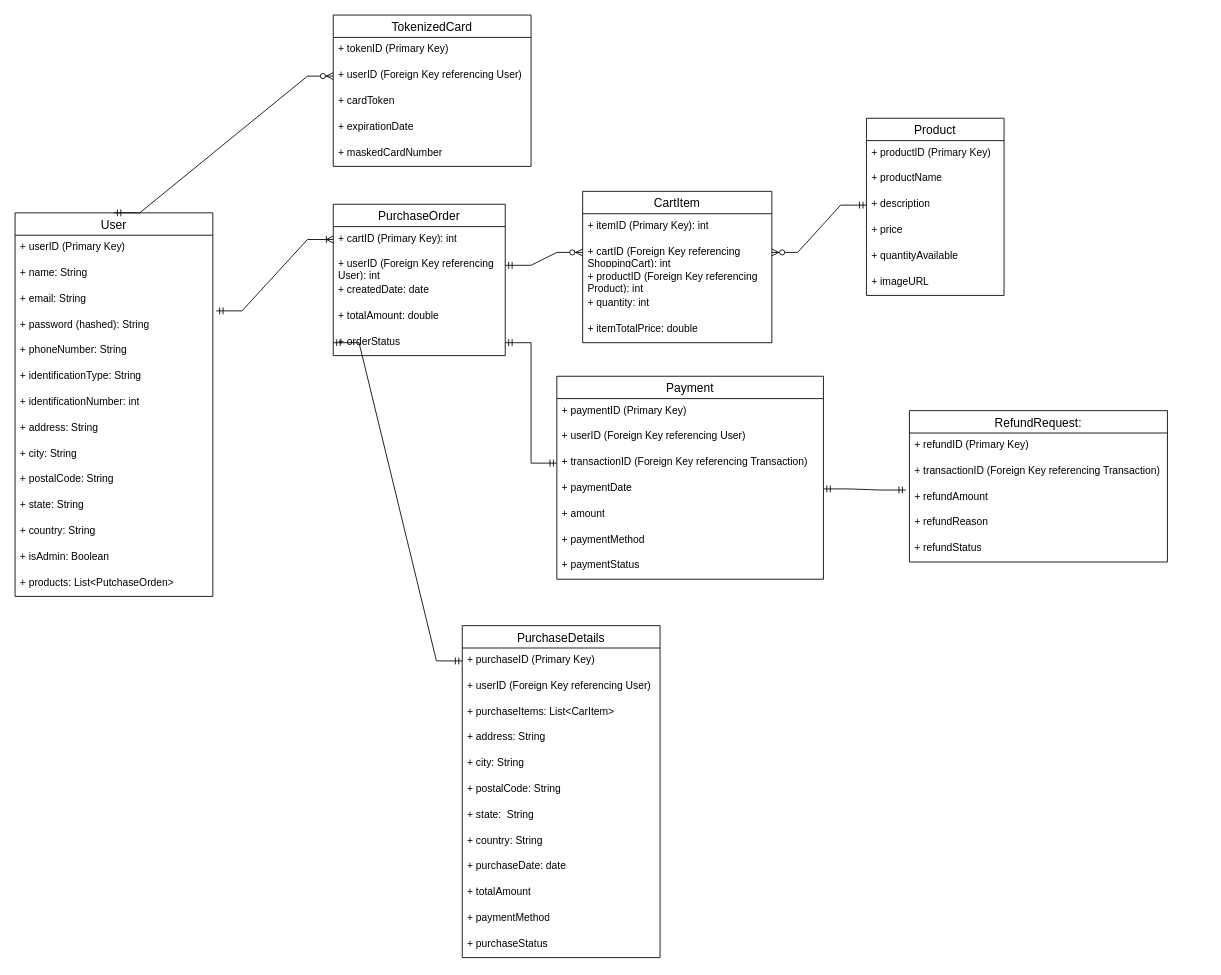
Above: Diagrama entidad relacion.drawio in psmedinadi22/Prototype-PayU (draw.io), before the change. Source tidied: cells renumbered, new cells numbered last; positions are measured from the earlier drawing's top-left corner, leaving out a move shared by most shapes. Both pictures are drawn from the tidied source at 86%, with x=0, y=0 at pixel (15, 15).
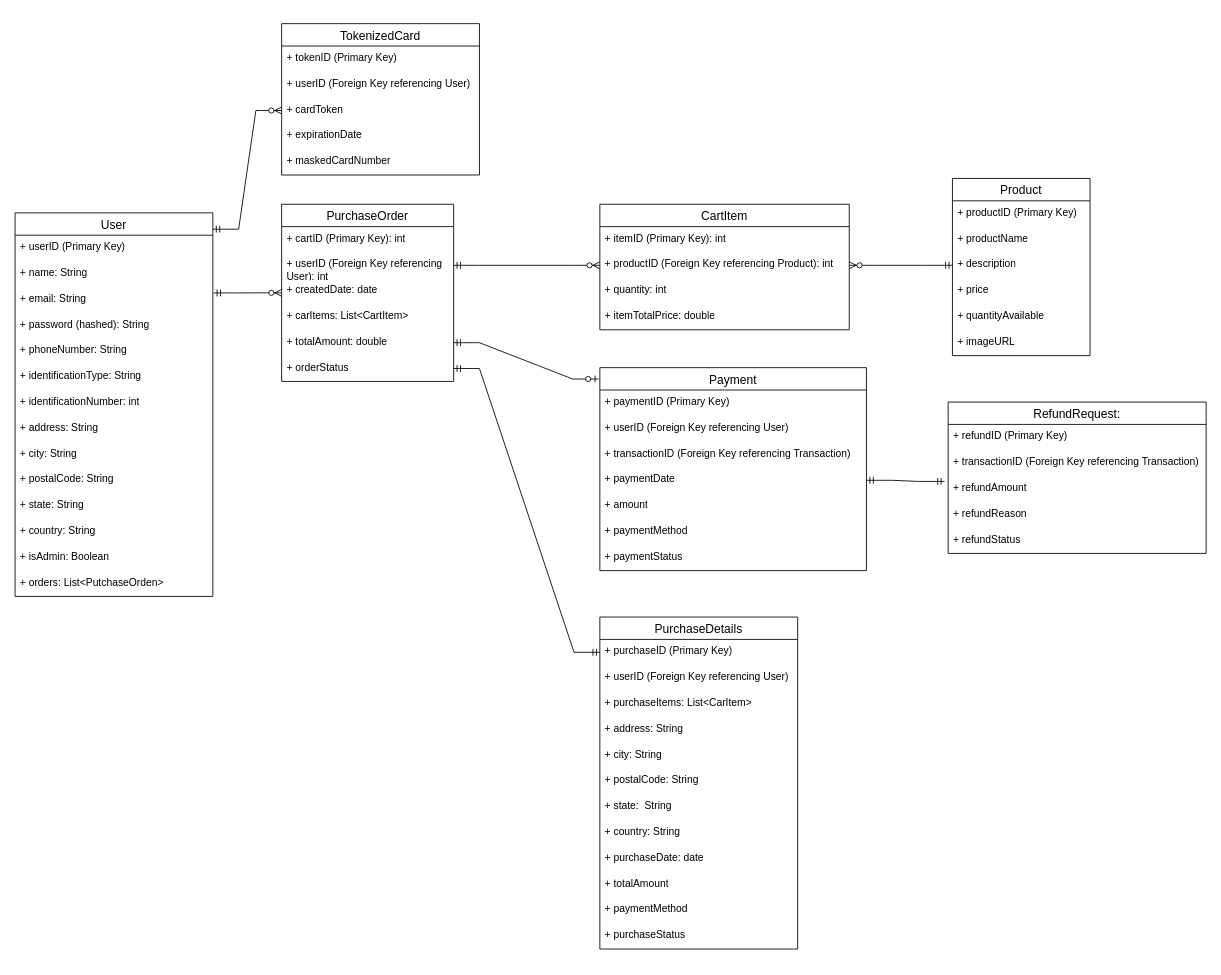
After the change.

Unchanged cells that the change refers to:
```xml
<mxCell id="2" value="User" style="swimlane;fontStyle=0;horizontal=1;startSize=26;align=center;fontSize=14;" parent="1" vertex="1">
  <mxGeometry y="230" width="230" height="446" as="geometry" />
</mxCell>
<mxCell id="5" value="+ email: String" style="text;strokeColor=none;fillColor=none;spacingLeft=4;spacingRight=4;overflow=hidden;points=[[0,0.5],[1,0.5]];portConstraint=eastwest;fontSize=12;whiteSpace=wrap;html=1;" parent="2" vertex="1">
  <mxGeometry y="86" width="230" height="30" as="geometry" />
</mxCell>
<mxCell id="6" value="+ password (hashed): String" style="text;strokeColor=none;fillColor=none;spacingLeft=4;spacingRight=4;overflow=hidden;points=[[0,0.5],[1,0.5]];portConstraint=eastwest;fontSize=12;whiteSpace=wrap;html=1;" parent="2" vertex="1">
  <mxGeometry y="116" width="230" height="30" as="geometry" />
</mxCell>
<mxCell id="18" value="+ cartID (Primary Key): int" style="text;strokeColor=none;fillColor=none;spacingLeft=4;spacingRight=4;overflow=hidden;points=[[0,0.5],[1,0.5]];portConstraint=eastwest;fontSize=12;whiteSpace=wrap;html=1;" parent="17" vertex="1">
  <mxGeometry y="26" width="200" height="30" as="geometry" />
</mxCell>
<mxCell id="19" value="+&amp;nbsp;userID (Foreign Key referencing User): int" style="text;strokeColor=none;fillColor=none;spacingLeft=4;spacingRight=4;overflow=hidden;points=[[0,0.5],[1,0.5]];portConstraint=eastwest;fontSize=12;whiteSpace=wrap;html=1;" parent="17" vertex="1">
  <mxGeometry y="56" width="200" height="30" as="geometry" />
</mxCell>
<mxCell id="24" value="+&amp;nbsp;purchaseID (Primary Key)" style="text;strokeColor=none;fillColor=none;spacingLeft=4;spacingRight=4;overflow=hidden;points=[[0,0.5],[1,0.5]];portConstraint=eastwest;fontSize=12;whiteSpace=wrap;html=1;" parent="23" vertex="1">
  <mxGeometry y="26" width="230" height="30" as="geometry" />
</mxCell>
<mxCell id="39" value="+&amp;nbsp;userID (Foreign Key referencing User)" style="text;strokeColor=none;fillColor=none;spacingLeft=4;spacingRight=4;overflow=hidden;points=[[0,0.5],[1,0.5]];portConstraint=eastwest;fontSize=12;whiteSpace=wrap;html=1;" parent="37" vertex="1">
  <mxGeometry y="56" width="230" height="30" as="geometry" />
</mxCell>
<mxCell id="40" value="+&amp;nbsp;cardToken" style="text;strokeColor=none;fillColor=none;spacingLeft=4;spacingRight=4;overflow=hidden;points=[[0,0.5],[1,0.5]];portConstraint=eastwest;fontSize=12;whiteSpace=wrap;html=1;" parent="37" vertex="1">
  <mxGeometry y="86" width="230" height="30" as="geometry" />
</mxCell>
<mxCell id="46" value="+&amp;nbsp;description" style="text;strokeColor=none;fillColor=none;spacingLeft=4;spacingRight=4;overflow=hidden;points=[[0,0.5],[1,0.5]];portConstraint=eastwest;fontSize=12;whiteSpace=wrap;html=1;" parent="43" vertex="1">
  <mxGeometry y="86" width="160" height="30" as="geometry" />
</mxCell>
<mxCell id="65" value="+&amp;nbsp;transactionID (Foreign Key referencing Transaction)" style="text;strokeColor=none;fillColor=none;spacingLeft=4;spacingRight=4;overflow=hidden;points=[[0,0.5],[1,0.5]];portConstraint=eastwest;fontSize=12;whiteSpace=wrap;html=1;" parent="62" vertex="1">
  <mxGeometry y="86" width="310" height="30" as="geometry" />
</mxCell>
```

What changed in the source:
```diff
@@
-    <mxCell id="16" value="+ products: List&amp;lt;PutchaseOrden&amp;gt;" style="text;strokeColor=none;fillColor=none;spacingLeft=4;spacingRight=4;overflow=hidden;fontSize=12;whiteSpace=wrap;html=1;" parent="2" vertex="1">
+    <mxCell id="16" value="+ orders: List&amp;lt;PutchaseOrden&amp;gt;" style="text;strokeColor=none;fillColor=none;spacingLeft=4;spacingRight=4;overflow=hidden;fontSize=12;whiteSpace=wrap;html=1;" parent="2" vertex="1">
       <mxGeometry y="416" width="230" height="30" as="geometry" />
     </mxCell>
     <mxCell id="17" value="PurchaseOrder" style="swimlane;fontStyle=0;horizontal=1;startSize=26;align=center;fontSize=14;" parent="1" vertex="1">
-      <mxGeometry x="370" y="220" width="200" height="176" as="geometry" />
+      <mxGeometry x="310" y="220" width="200" height="206" as="geometry" />
     </mxCell>
@@
+    <mxCell id="76" value="+ carItems: List&amp;lt;CartItem&amp;gt;" style="text;strokeColor=none;fillColor=none;spacingLeft=4;spacingRight=4;overflow=hidden;fontSize=12;whiteSpace=wrap;html=1;" parent="17" vertex="1">
+      <mxGeometry y="116" width="200" height="30" as="geometry" />
+    </mxCell>
     <mxCell id="21" value="+ totalAmount: double" style="text;strokeColor=none;fillColor=none;spacingLeft=4;spacingRight=4;overflow=hidden;points=[[0,0.5],[1,0.5]];portConstraint=eastwest;fontSize=12;whiteSpace=wrap;html=1;" parent="17" vertex="1">
-      <mxGeometry y="116" width="200" height="30" as="geometry" />
+      <mxGeometry y="146" width="200" height="30" as="geometry" />
     </mxCell>
     <mxCell id="22" value="+ orderStatus" style="text;strokeColor=none;fillColor=none;spacingLeft=4;spacingRight=4;overflow=hidden;points=[[0,0.5],[1,0.5]];portConstraint=eastwest;fontSize=12;whiteSpace=wrap;html=1;" parent="17" vertex="1">
-      <mxGeometry y="146" width="200" height="30" as="geometry" />
+      <mxGeometry y="176" width="200" height="30" as="geometry" />
     </mxCell>
     <mxCell id="23" value="PurchaseDetails" style="swimlane;fontStyle=0;horizontal=1;startSize=26;align=center;fontSize=14;" parent="1" vertex="1">
-      <mxGeometry x="520" y="710" width="230" height="386" as="geometry" />
+      <mxGeometry x="680" y="700" width="230" height="386" as="geometry" />
     </mxCell>
@@
-    <mxCell id="36" style="edgeStyle=entityRelationEdgeStyle;fontSize=12;html=1;endArrow=ERoneToMany;startArrow=ERmandOne;rounded=0;exitX=1.017;exitY=-0.067;exitDx=0;exitDy=0;exitPerimeter=0;entryX=0;entryY=0.5;entryDx=0;entryDy=0;" parent="1" edge="1" source="6" target="18">
-      <mxGeometry relative="1" as="geometry">
-        <Array as="points">
-          <mxPoint x="260" y="330" />
-        </Array>
-      </mxGeometry>
-    </mxCell>
     <mxCell id="37" value="TokenizedCard" style="swimlane;fontStyle=0;horizontal=1;startSize=26;align=center;fontSize=14;" parent="1" vertex="1">
-      <mxGeometry x="370" width="230" height="176" as="geometry" />
+      <mxGeometry x="310" y="10" width="230" height="176" as="geometry" />
     </mxCell>
@@
     <mxCell id="43" value="Product" style="swimlane;fontStyle=0;horizontal=1;startSize=26;align=center;fontSize=14;" parent="1" vertex="1">
-      <mxGeometry x="990" y="120" width="160" height="206" as="geometry" />
+      <mxGeometry x="1090" y="190" width="160" height="206" as="geometry" />
     </mxCell>
@@
     <mxCell id="50" value="RefundRequest:" style="swimlane;fontStyle=0;horizontal=1;startSize=26;align=center;fontSize=14;" parent="1" vertex="1">
-      <mxGeometry x="1040" y="460" width="300" height="176" as="geometry" />
+      <mxGeometry x="1085" y="450" width="300" height="176" as="geometry" />
     </mxCell>
@@
     <mxCell id="56" value="CartItem" style="swimlane;fontStyle=0;horizontal=1;startSize=26;align=center;fontSize=14;" parent="1" vertex="1">
-      <mxGeometry x="660" y="205" width="220" height="176" as="geometry" />
+      <mxGeometry x="680" y="220" width="290" height="146" as="geometry" />
     </mxCell>
     <mxCell id="57" value="+&amp;nbsp;itemID (Primary Key): int" style="text;strokeColor=none;fillColor=none;spacingLeft=4;spacingRight=4;overflow=hidden;fontSize=12;whiteSpace=wrap;html=1;" parent="56" vertex="1">
-      <mxGeometry y="26" width="220" height="30" as="geometry" />
+      <mxGeometry y="26" width="290" height="30" as="geometry" />
     </mxCell>
-    <mxCell id="58" value="+&amp;nbsp;cartID (Foreign Key referencing ShoppingCart): int" style="text;strokeColor=none;fillColor=none;spacingLeft=4;spacingRight=4;overflow=hidden;points=[[0,0.5],[1,0.5]];portConstraint=eastwest;fontSize=12;whiteSpace=wrap;html=1;" parent="56" vertex="1">
-      <mxGeometry y="56" width="220" height="30" as="geometry" />
-    </mxCell>
     <mxCell id="59" value="+&amp;nbsp;productID (Foreign Key referencing Product): int" style="text;strokeColor=none;fillColor=none;spacingLeft=4;spacingRight=4;overflow=hidden;points=[[0,0.5],[1,0.5]];portConstraint=eastwest;fontSize=12;whiteSpace=wrap;html=1;" parent="56" vertex="1">
-      <mxGeometry y="86" width="220" height="30" as="geometry" />
+      <mxGeometry y="56" width="290" height="30" as="geometry" />
     </mxCell>
     <mxCell id="60" value="+&amp;nbsp;quantity: int" style="text;strokeColor=none;fillColor=none;spacingLeft=4;spacingRight=4;overflow=hidden;fontSize=12;whiteSpace=wrap;html=1;" parent="56" vertex="1">
-      <mxGeometry y="116" width="220" height="30" as="geometry" />
+      <mxGeometry y="86" width="290" height="30" as="geometry" />
     </mxCell>
     <mxCell id="61" value="+ itemTotalPrice: double" style="text;strokeColor=none;fillColor=none;spacingLeft=4;spacingRight=4;overflow=hidden;fontSize=12;whiteSpace=wrap;html=1;" parent="56" vertex="1">
-      <mxGeometry y="146" width="220" height="30" as="geometry" />
+      <mxGeometry y="116" width="290" height="30" as="geometry" />
     </mxCell>
     <mxCell id="62" value="Payment" style="swimlane;fontStyle=0;horizontal=1;startSize=26;align=center;fontSize=14;" parent="1" vertex="1">
-      <mxGeometry x="630" y="420" width="310" height="236" as="geometry" />
+      <mxGeometry x="680" y="410" width="310" height="236" as="geometry" />
     </mxCell>
@@
-    <mxCell id="71" style="edgeStyle=entityRelationEdgeStyle;fontSize=12;html=1;endArrow=ERzeroToMany;startArrow=ERmandOne;rounded=0;exitX=0.5;exitY=0;exitDx=0;exitDy=0;entryX=0;entryY=0.5;entryDx=0;entryDy=0;" parent="1" edge="1" source="2" target="39">
-      <mxGeometry relative="1" as="geometry" />
+    <mxCell id="71" style="edgeStyle=entityRelationEdgeStyle;fontSize=12;html=1;endArrow=ERzeroToMany;startArrow=ERmandOne;rounded=0;exitX=0.5;exitY=0;exitDx=0;exitDy=0;entryX=0;entryY=0.5;entryDx=0;entryDy=0;" parent="1" edge="1" target="40">
+      <mxGeometry relative="1" as="geometry">
+        <mxPoint x="230" y="249" as="sourcePoint" />
+        <Array as="points">
+          <mxPoint x="240" y="240" />
+        </Array>
+      </mxGeometry>
     </mxCell>
-    <mxCell id="72" style="edgeStyle=entityRelationEdgeStyle;fontSize=12;html=1;endArrow=ERzeroToMany;startArrow=ERmandOne;rounded=0;entryX=0;entryY=0.5;entryDx=0;entryDy=0;" parent="1" edge="1" source="19" target="58">
+    <mxCell id="72" style="edgeStyle=entityRelationEdgeStyle;fontSize=12;html=1;endArrow=ERzeroToMany;startArrow=ERmandOne;rounded=0;entryX=0;entryY=0.5;entryDx=0;entryDy=0;" parent="1" edge="1" source="19" target="59">
       <mxGeometry relative="1" as="geometry" />
     </mxCell>
-    <mxCell id="73" style="edgeStyle=entityRelationEdgeStyle;fontSize=12;html=1;endArrow=ERzeroToMany;startArrow=ERmandOne;rounded=0;entryX=1;entryY=0.5;entryDx=0;entryDy=0;exitX=0;exitY=0.5;exitDx=0;exitDy=0;" parent="1" edge="1" source="46" target="58">
-      <mxGeometry relative="1" as="geometry" />
-    </mxCell>
-    <mxCell id="74" style="edgeStyle=entityRelationEdgeStyle;fontSize=12;html=1;endArrow=ERmandOne;startArrow=ERmandOne;rounded=0;exitX=0;exitY=0.5;exitDx=0;exitDy=0;entryX=0;entryY=0.5;entryDx=0;entryDy=0;" parent="1" edge="1" source="24" target="22">
+    <mxCell id="74" style="edgeStyle=entityRelationEdgeStyle;fontSize=12;html=1;endArrow=ERmandOne;startArrow=ERmandOne;rounded=0;exitX=0;exitY=0.5;exitDx=0;exitDy=0;" parent="1" edge="1" source="24" target="22">
       <mxGeometry relative="1" as="geometry">
         <Array as="points">
+          <mxPoint x="440" y="460" />
+          <mxPoint x="460" y="500" />
           <mxPoint x="580" y="381" />
           <mxPoint x="570" y="381" />
         </Array>
       </mxGeometry>
     </mxCell>
-    <mxCell id="75" style="edgeStyle=entityRelationEdgeStyle;fontSize=12;html=1;endArrow=ERmandOne;startArrow=ERmandOne;rounded=0;exitX=1;exitY=0.5;exitDx=0;exitDy=0;" parent="1" edge="1" source="22" target="65">
-      <mxGeometry relative="1" as="geometry" />
-    </mxCell>
+    <mxCell id="77" style="edgeStyle=entityRelationEdgeStyle;fontSize=12;html=1;endArrow=ERzeroToOne;startArrow=ERmandOne;rounded=0;entryX=-0.005;entryY=0.056;entryDx=0;entryDy=0;entryPerimeter=0;exitX=1;exitY=0.5;exitDx=0;exitDy=0;" parent="1" edge="1" source="21" target="62">
+      <mxGeometry relative="1" as="geometry">
+        <Array as="points">
+          <mxPoint x="580" y="340" />
+        </Array>
+      </mxGeometry>
+    </mxCell>
+    <mxCell id="78" style="edgeStyle=entityRelationEdgeStyle;fontSize=12;html=1;endArrow=ERzeroToMany;startArrow=ERmandOne;rounded=0;entryX=1;entryY=0.5;entryDx=0;entryDy=0;exitX=0;exitY=0.5;exitDx=0;exitDy=0;" parent="1" edge="1" source="46" target="59">
+      <mxGeometry relative="1" as="geometry">
+        <Array as="points">
+          <mxPoint x="1060" y="320" />
+        </Array>
+      </mxGeometry>
+    </mxCell>
+    <mxCell id="79" style="edgeStyle=entityRelationEdgeStyle;fontSize=12;html=1;endArrow=ERzeroToMany;startArrow=ERmandOne;rounded=0;exitX=1.004;exitY=0.237;exitDx=0;exitDy=0;exitPerimeter=0;" parent="1" edge="1" source="5">
+      <mxGeometry relative="1" as="geometry">
+        <mxPoint x="310" y="323" as="targetPoint" />
+      </mxGeometry>
+    </mxCell>
```
